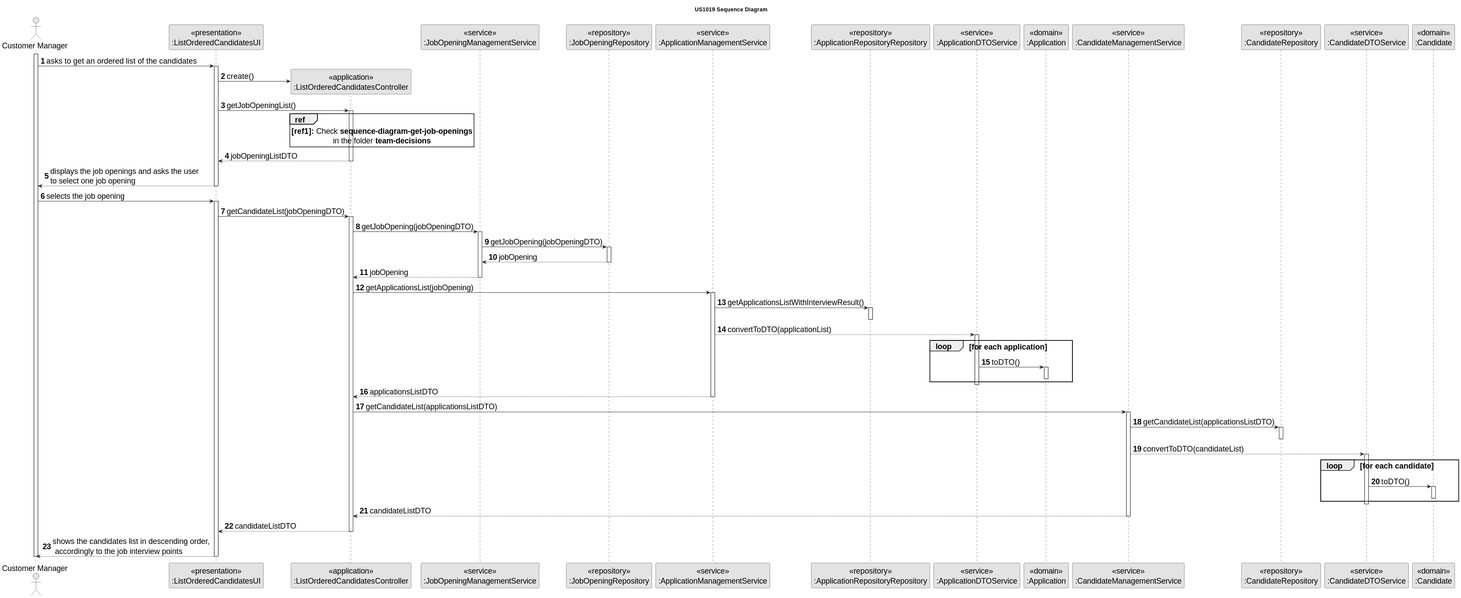
rita-barbosa/LAPR4-2324 keeps this PlantUML diagram as docs/sprint-c/us_1019/SD/US1019_SD.svg. Above is the earlier version.
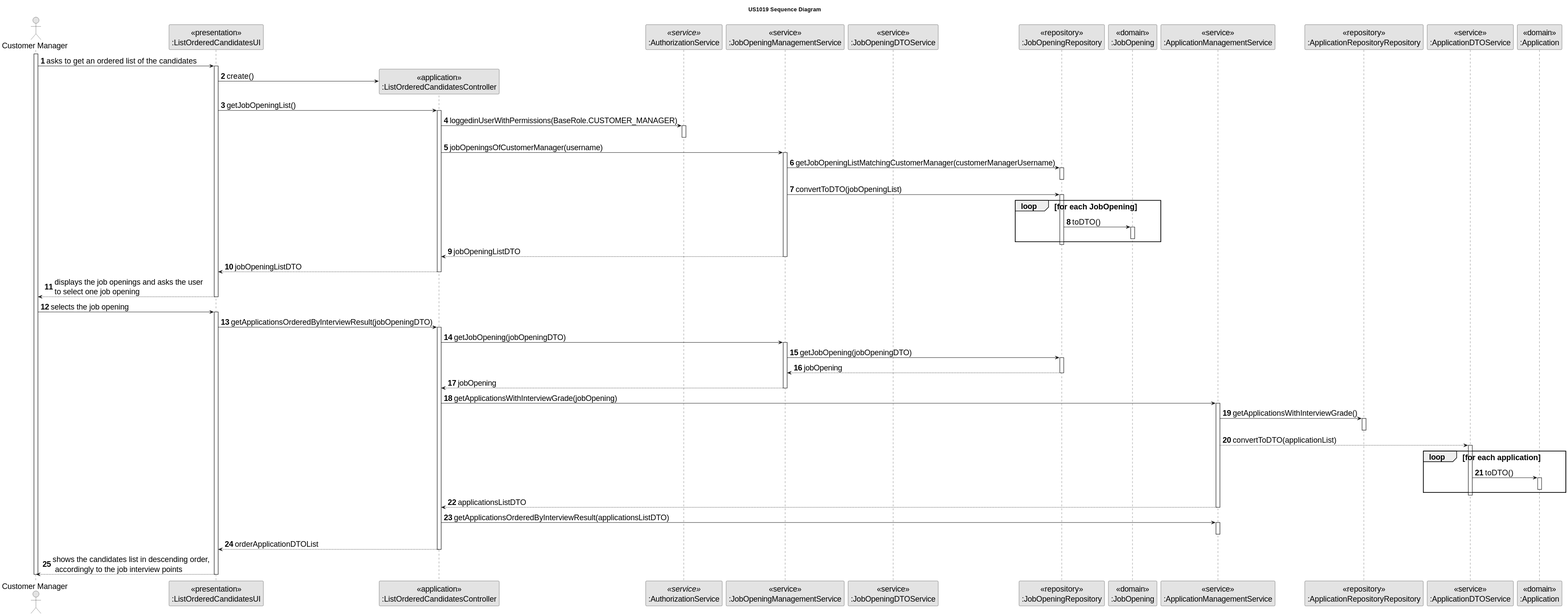
Later version of the same file.

What changed in the source:
```diff
@@ -12,17 +12,15 @@
 actor "Customer Manager" as CM
 participant "<<presentation>>\n:ListOrderedCandidatesUI" as UI
 participant "<<application>>\n:ListOrderedCandidatesController" as CTRL
+participant ":AuthorizationService" as AUTHZ <<service>>
+participant "<<service>>\n:JobOpeningManagementService" as JobManagement
+participant "<<service>>\n:JobOpeningDTOService" as JOS_DTO
 participant "<<repository>>\n:JobOpeningRepository" as JobOpeningRepository
-participant "<<service>>\n:JobOpeningManagementService" as JobManagement
-participant "<<repository>>\n:JobOpeningRepository" as JobOpeningRepository
+participant "<<domain>>\n:JobOpening" as JobOpening
 participant "<<service>>\n:ApplicationManagementService" as AppManagement
 participant "<<repository>>\n:ApplicationRepositoryRepository" as ApplicationRepository
 participant "<<service>>\n:ApplicationDTOService" as AppDTOServ
 participant "<<domain>>\n:Application" as Application
-participant "<<service>>\n:CandidateManagementService" as CandidateManagement
-participant "<<repository>>\n:CandidateRepository" as CandidateRepository
-participant "<<service>>\n:CandidateDTOService" as CanDTOServ
-participant "<<domain>>\n:Candidate" as Candidate
 
 activate CM
 
@@ -34,10 +32,29 @@
 UI -> CTRL: getJobOpeningList()
 activate CTRL
 
-    ref over CTRL
-    **[ref1]:** Check **sequence-diagram-get-job-openings**
-    in the folder **team-decisions**
-    end ref
+CTRL -> AUTHZ : loggedinUserWithPermissions(BaseRole.CUSTOMER_MANAGER)
+    activate AUTHZ
+    deactivate AUTHZ
+
+    CTRL -> JobManagement: jobOpeningsOfCustomerManager(username)
+    activate JobManagement
+
+    JobManagement -> JobOpeningRepository : getJobOpeningListMatchingCustomerManager(customerManagerUsername)
+    activate JobOpeningRepository
+    deactivate JobOpeningRepository
+
+JobManagement -> JobOpeningRepository : convertToDTO(jobOpeningList)
+activate JobOpeningRepository
+
+    loop for each JobOpening
+        JobOpeningRepository -> JobOpening : toDTO()
+        activate JobOpening
+        deactivate JobOpening
+    end loop
+deactivate JobOpeningRepository
+
+JobManagement --> CTRL : jobOpeningListDTO
+deactivate JobManagement
 
     CTRL --> UI : jobOpeningListDTO
 
@@ -49,7 +66,7 @@
 CM -> UI : selects the job opening
 activate UI
 
-UI -> CTRL: getCandidateList(jobOpeningDTO)
+UI -> CTRL: getApplicationsOrderedByInterviewResult(jobOpeningDTO)
 activate CTRL
 
     CTRL -> JobManagement : getJobOpening(jobOpeningDTO)
@@ -65,10 +82,10 @@
     deactivate JobManagement
 
 
-    CTRL -> AppManagement : getApplicationsList(jobOpening)
+    CTRL -> AppManagement : getApplicationsWithInterviewGrade(jobOpening)
     activate AppManagement
 
-    AppManagement -> ApplicationRepository : getApplicationsListWithInterviewResult()
+    AppManagement -> ApplicationRepository : getApplicationsWithInterviewGrade()
     activate ApplicationRepository
     deactivate ApplicationRepository
 
@@ -87,30 +104,12 @@
     AppManagement --> CTRL : applicationsListDTO
     deactivate AppManagement
 
-
-    CTRL -> CandidateManagement : getCandidateList(applicationsListDTO)
-    activate CandidateManagement
-
-    CandidateManagement -> CandidateRepository : getCandidateList(applicationsListDTO)
-    activate CandidateRepository
-    deactivate CandidateRepository
-
-    CandidateManagement --> CanDTOServ :  convertToDTO(candidateList)
-        activate CanDTOServ
-
-        loop for each candidate
-        CanDTOServ -> Candidate : toDTO()
-        activate Candidate
-        deactivate Candidate
-        end loop
-
-        deactivate CanDTOServ
-
-        CandidateManagement --> CTRL : candidateListDTO
-        deactivate CandidateManagement
+    CTRL -> AppManagement : getApplicationsOrderedByInterviewResult(applicationsListDTO)
+    activate AppManagement
+    deactivate AppManagement
 
 
-    CTRL --> UI : candidateListDTO
+    CTRL --> UI : orderApplicationDTOList
     deactivate CTRL
 
 
```
